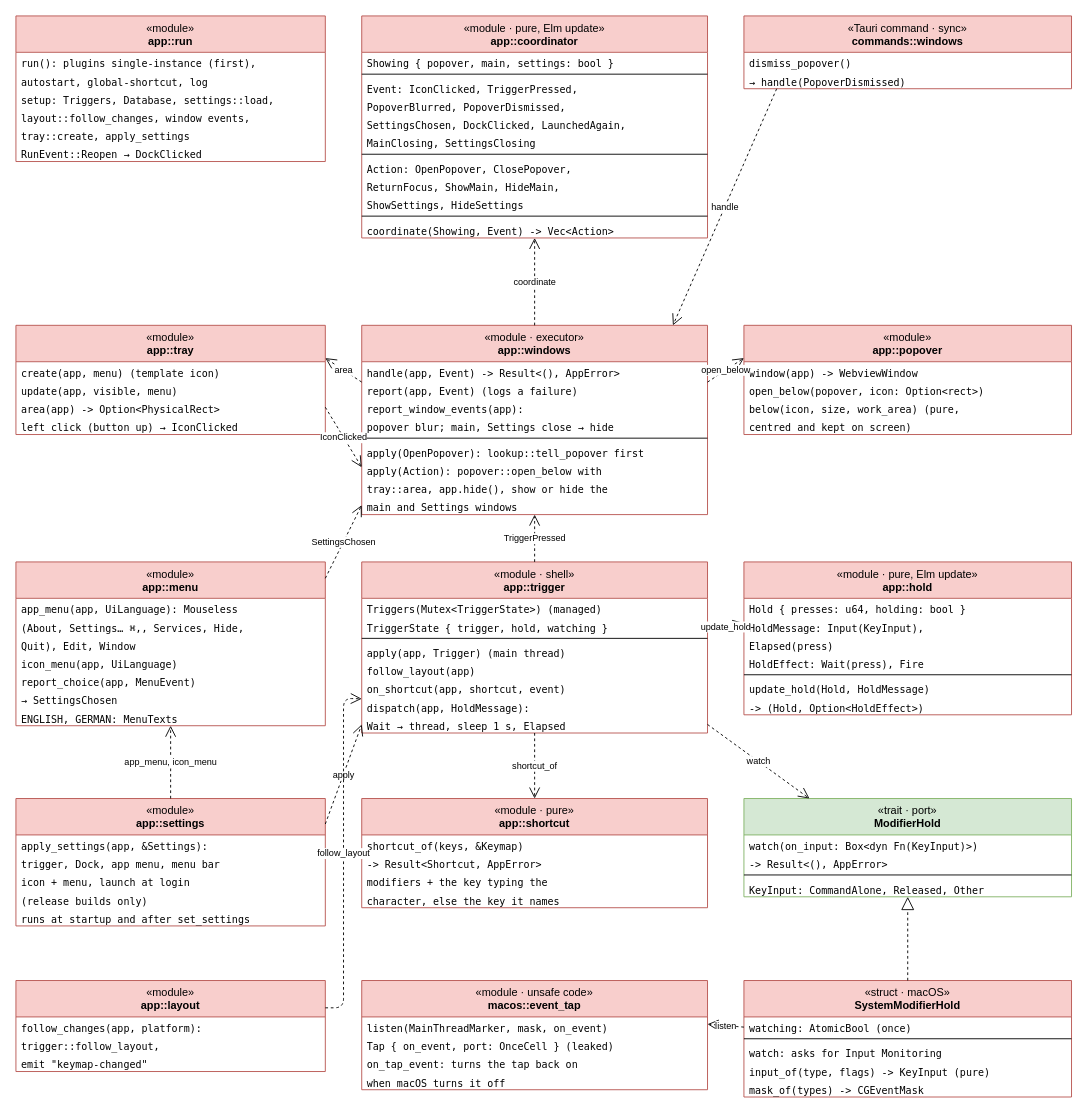
This is page "Classes – Rust app & windows" (7 of 15) of docs/uml.drawio from r0binius/mathe2-trainer, a draw.io file, before an edit. Source tidied: cells renumbered, new cells numbered last; positions are measured from the earlier drawing's top-left corner, leaving out a move shared by most shapes. Both pictures are drawn from the tidied source at 91%, with x=0, y=0 at pixel (15, 15).
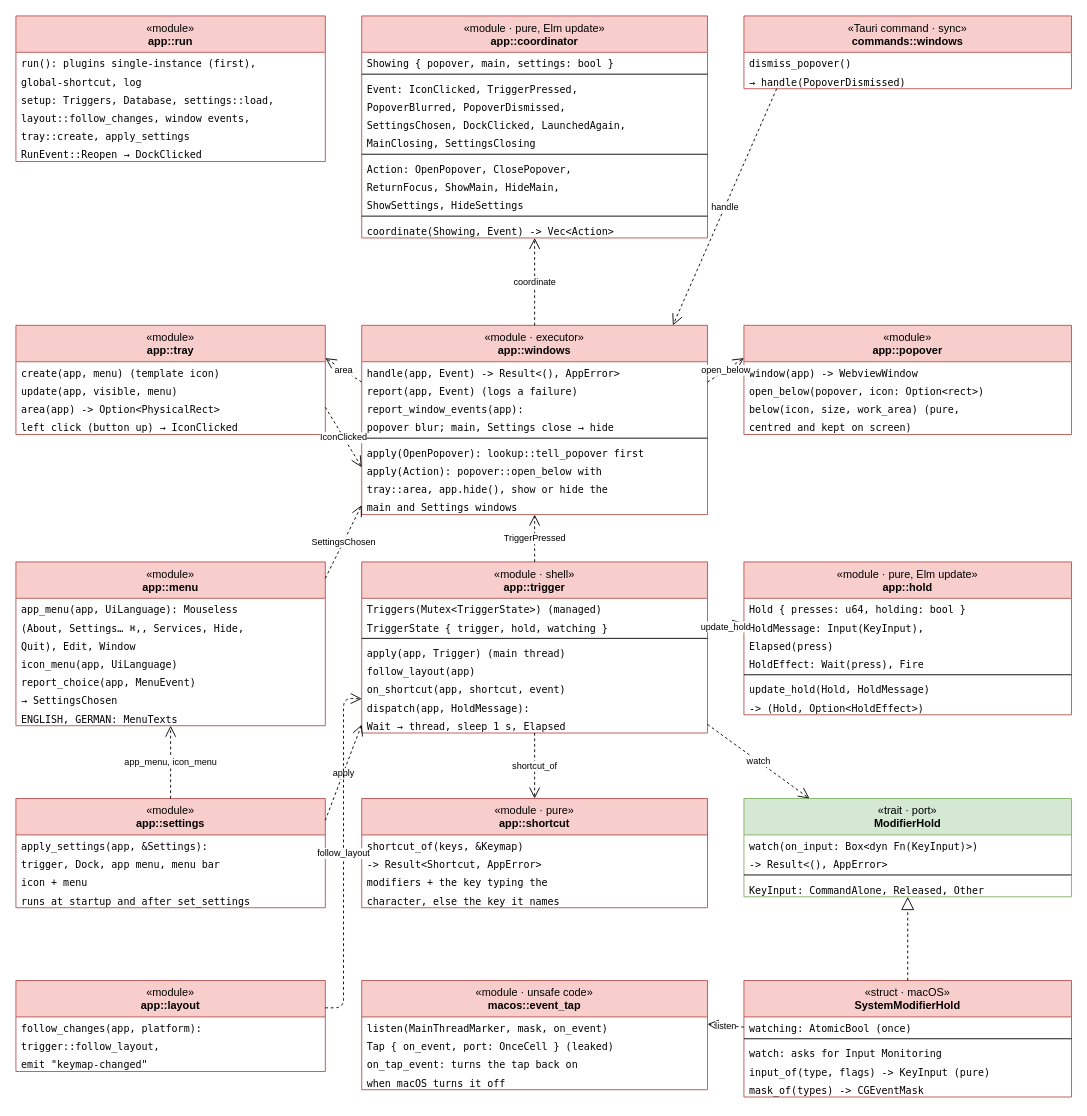
Above is the later version.

The change refers to these unchanged cells:
```xml
<mxCell id="2" value="&amp;laquo;module&amp;raquo;&lt;br&gt;&lt;b&gt;app::run&lt;/b&gt;" style="swimlane;fontStyle=0;align=center;verticalAlign=top;horizontal=1;startSize=40;html=1;whiteSpace=wrap;fillColor=#f8cecc;strokeColor=#b85450;swimlaneFillColor=#ffffff;" parent="1" vertex="1">
  <mxGeometry width="340" height="160" as="geometry" />
</mxCell>
```

Change to the diagram source:
```diff
@@
-    <mxCell id="4" value="  autostart, global-shortcut, log" style="text;strokeColor=none;fillColor=none;align=left;verticalAlign=top;spacingLeft=4;spacingRight=4;overflow=hidden;fontSize=11;fontFamily=Menlo;html=0;" parent="2" vertex="1">
+    <mxCell id="4" value="  global-shortcut, log" style="text;strokeColor=none;fillColor=none;align=left;verticalAlign=top;spacingLeft=4;spacingRight=4;overflow=hidden;fontSize=11;fontFamily=Menlo;html=0;" parent="2" vertex="1">
       <mxGeometry y="60" width="340" height="20" as="geometry" />
     </mxCell>
@@
     <mxCell id="70" value="&amp;laquo;module&amp;raquo;&lt;br&gt;&lt;b&gt;app::settings&lt;/b&gt;" style="swimlane;fontStyle=0;align=center;verticalAlign=top;horizontal=1;startSize=40;html=1;whiteSpace=wrap;fillColor=#f8cecc;strokeColor=#b85450;swimlaneFillColor=#ffffff;" parent="1" vertex="1">
-      <mxGeometry y="860" width="340" height="140" as="geometry" />
+      <mxGeometry y="860" width="340" height="120" as="geometry" />
     </mxCell>
@@
-    <mxCell id="73" value="  icon + menu, launch at login" style="text;strokeColor=none;fillColor=none;align=left;verticalAlign=top;spacingLeft=4;spacingRight=4;overflow=hidden;fontSize=11;fontFamily=Menlo;html=0;" parent="70" vertex="1">
+    <mxCell id="73" value="  icon + menu" style="text;strokeColor=none;fillColor=none;align=left;verticalAlign=top;spacingLeft=4;spacingRight=4;overflow=hidden;fontSize=11;fontFamily=Menlo;html=0;" parent="70" vertex="1">
       <mxGeometry y="80" width="340" height="20" as="geometry" />
     </mxCell>
-    <mxCell id="74" value="  (release builds only)" style="text;strokeColor=none;fillColor=none;align=left;verticalAlign=top;spacingLeft=4;spacingRight=4;overflow=hidden;fontSize=11;fontFamily=Menlo;html=0;" parent="70" vertex="1">
-      <mxGeometry y="100" width="340" height="20" as="geometry" />
-    </mxCell>
     <mxCell id="75" value="runs at startup and after set_settings" style="text;strokeColor=none;fillColor=none;align=left;verticalAlign=top;spacingLeft=4;spacingRight=4;overflow=hidden;fontSize=11;fontFamily=Menlo;html=0;" parent="70" vertex="1">
-      <mxGeometry y="120" width="340" height="20" as="geometry" />
+      <mxGeometry y="100" width="340" height="20" as="geometry" />
     </mxCell>
```
